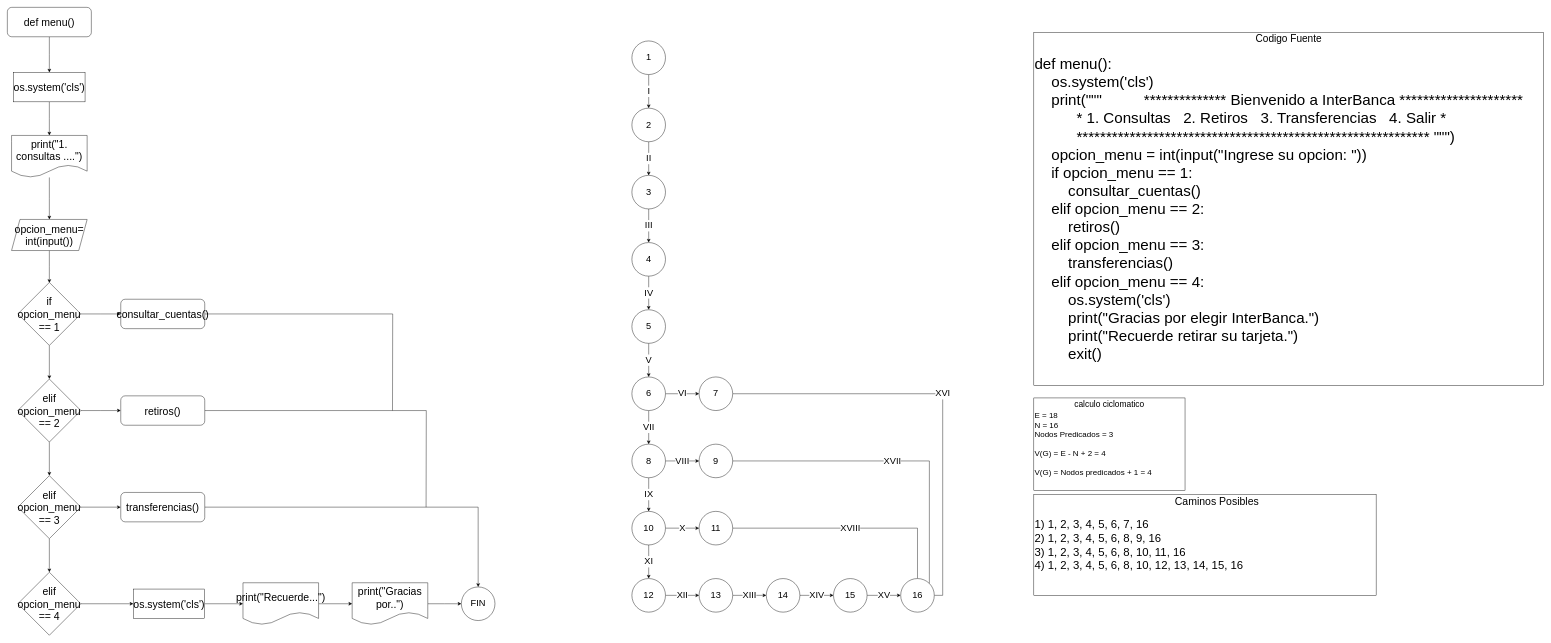
The draw.io diagram Diagramas/Diagrama_funcion_menu.drawio in Shirakk/TpFinal, before the edit. Source tidied: cells renumbered, new cells numbered last; positions are measured from the earlier drawing's top-left corner, leaving out a move shared by most shapes. Both pictures are drawn from the tidied source at 42%, with x=0, y=0 at pixel (7, 7).
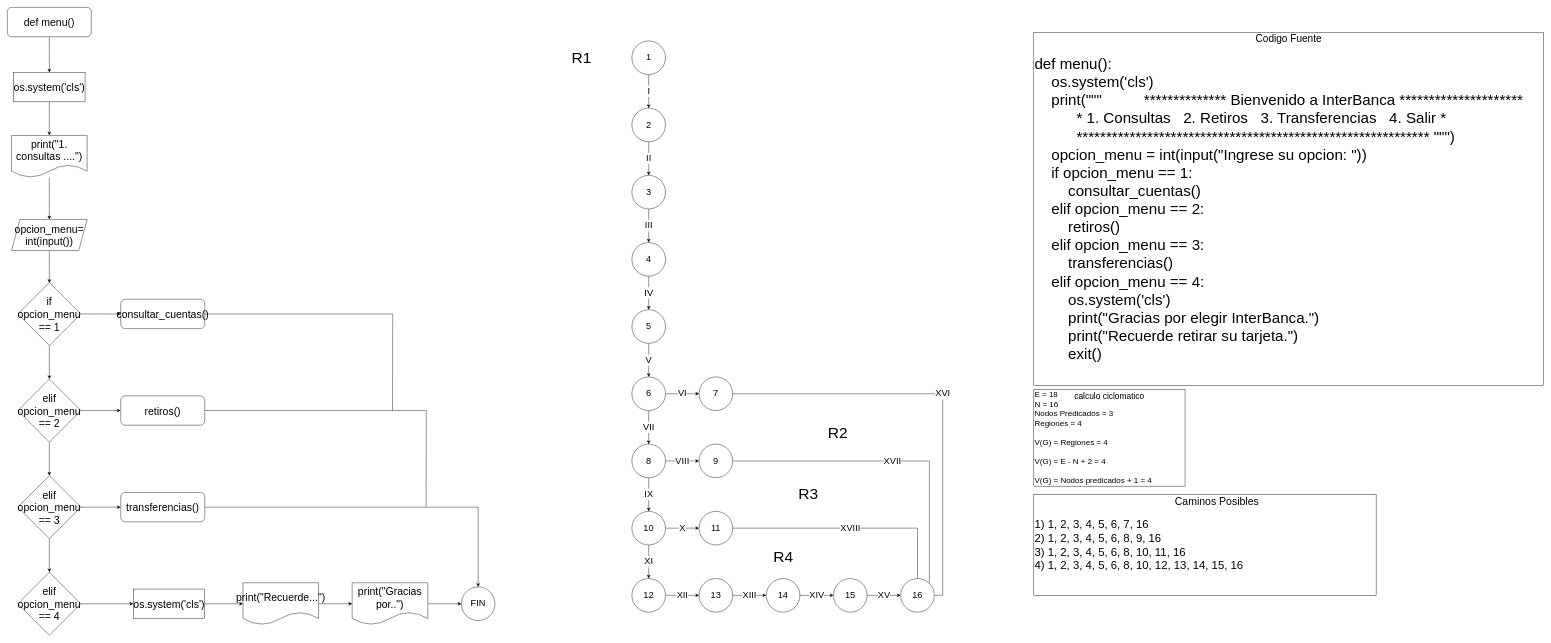
After the change.

Commit message (it also covers changes not shown here):
Actualizados los diagramas con las regiones agregadas

Change to the diagram source:
```diff
@@
-    <mxCell id="3" value="E = 18&lt;br&gt;N = 16&lt;br&gt;Nodos Predicados = 3&lt;br&gt;&lt;br&gt;V(G) = E - N + 2 = 4&lt;br&gt;&lt;br&gt;V(G) = Nodos predicados + 1 = 4" style="rounded=0;whiteSpace=wrap;html=1;align=left;fontSize=19;" parent="1" vertex="1">
-      <mxGeometry x="2444" y="930" width="360" height="220" as="geometry" />
+    <mxCell id="3" value="E = 18&lt;br&gt;N = 16&lt;br&gt;Nodos Predicados = 3&lt;br&gt;Regiones = 4&lt;br&gt;&lt;br&gt;V(G) = Regiones = 4&lt;br&gt;&lt;br&gt;V(G) = E - N + 2 = 4&lt;br&gt;&lt;br&gt;V(G) = Nodos predicados + 1 = 4" style="rounded=0;whiteSpace=wrap;html=1;align=left;fontSize=19;" parent="1" vertex="1">
+      <mxGeometry x="2444" y="910" width="360" height="230" as="geometry" />
     </mxCell>
     <mxCell id="4" value="calculo ciclomatico" style="text;html=1;strokeColor=none;fillColor=none;align=center;verticalAlign=middle;whiteSpace=wrap;rounded=0;fontSize=20;" parent="1" vertex="1">
-      <mxGeometry x="2534" y="930" width="180" height="30" as="geometry" />
+      <mxGeometry x="2534" y="910" width="180" height="30" as="geometry" />
     </mxCell>
@@
+    <mxCell id="74" value="&lt;font style=&quot;font-size: 37px;&quot;&gt;R1&lt;/font&gt;" style="text;html=1;align=center;verticalAlign=middle;strokeColor=none;fillColor=none;fontSize=23;" parent="1" vertex="1">
+      <mxGeometry x="1337" y="100" width="60" height="40" as="geometry" />
+    </mxCell>
+    <mxCell id="75" value="&lt;font style=&quot;font-size: 37px;&quot;&gt;R2&lt;/font&gt;" style="text;html=1;align=center;verticalAlign=middle;strokeColor=none;fillColor=none;fontSize=23;" parent="1" vertex="1">
+      <mxGeometry x="1947" y="995" width="60" height="40" as="geometry" />
+    </mxCell>
+    <mxCell id="76" value="&lt;font style=&quot;font-size: 37px;&quot;&gt;R3&lt;/font&gt;" style="text;html=1;align=center;verticalAlign=middle;strokeColor=none;fillColor=none;fontSize=23;" parent="1" vertex="1">
+      <mxGeometry x="1877" y="1140" width="60" height="40" as="geometry" />
+    </mxCell>
+    <mxCell id="77" value="&lt;span style=&quot;font-size: 37px;&quot;&gt;R4&lt;/span&gt;" style="text;html=1;align=center;verticalAlign=middle;strokeColor=none;fillColor=none;fontSize=23;" parent="1" vertex="1">
+      <mxGeometry x="1817" y="1290" width="60" height="40" as="geometry" />
+    </mxCell>
```
